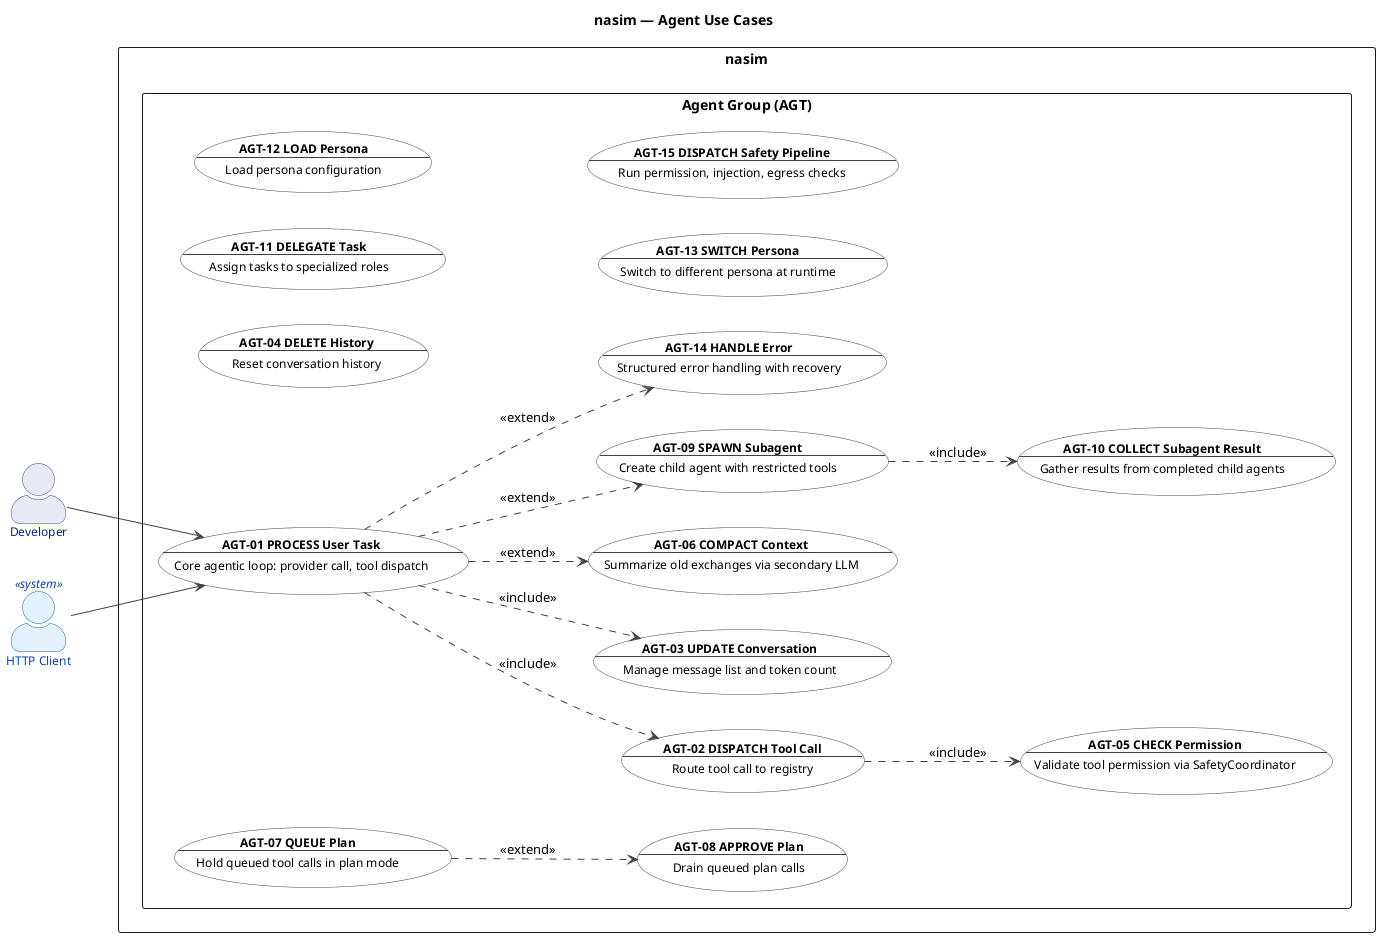
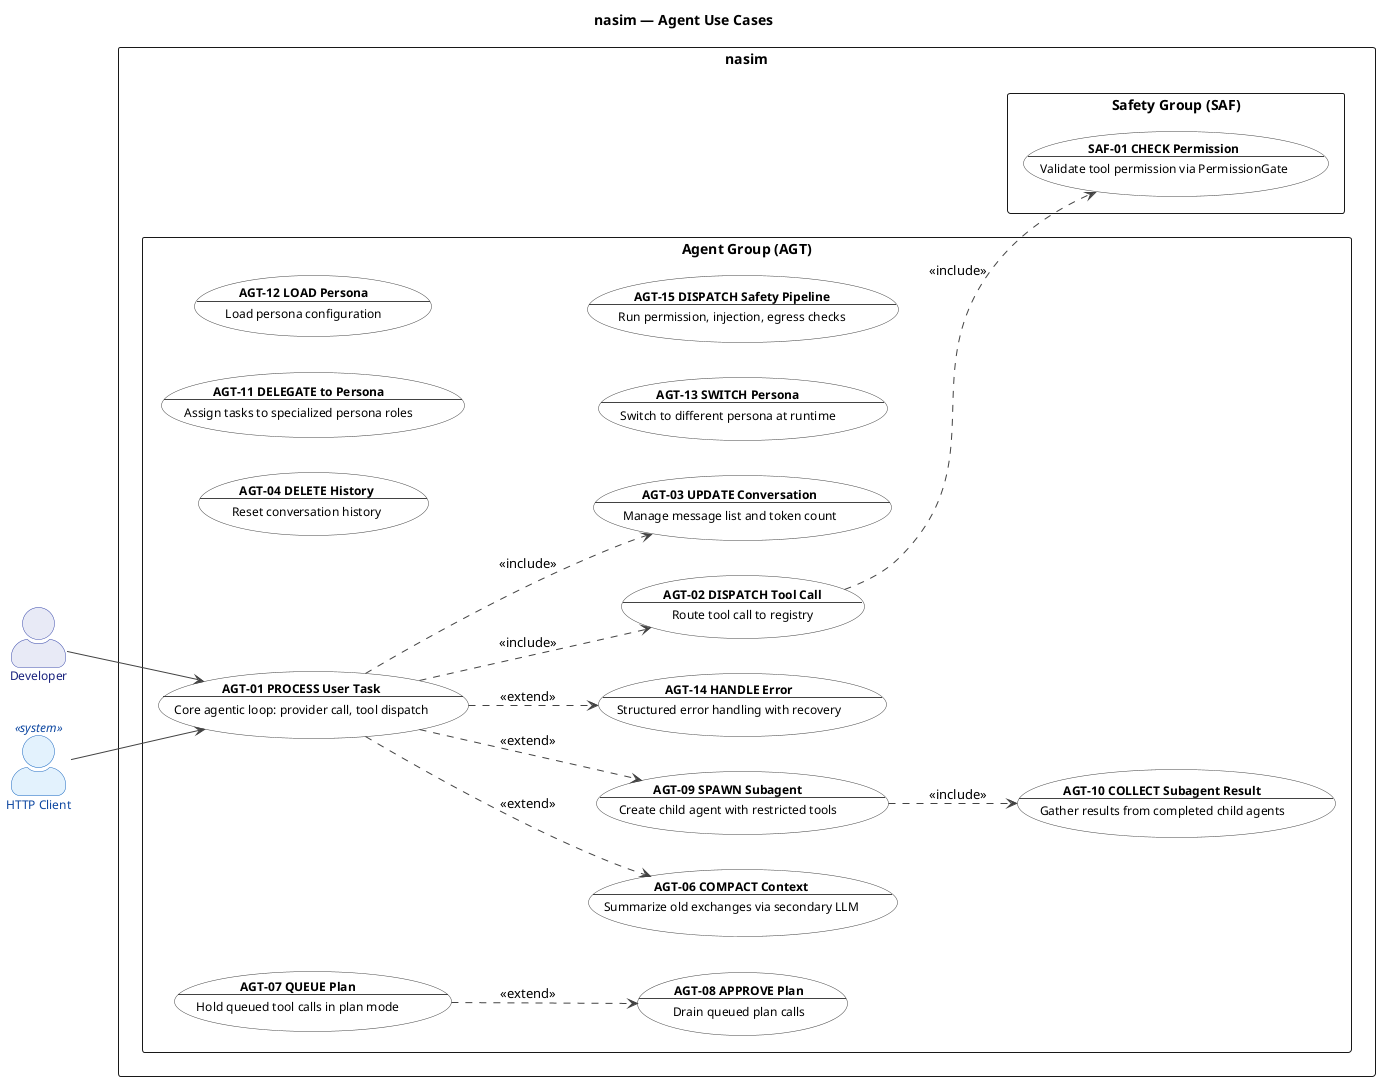
@startuml uc_agent

' ============================================================
' Title:     nasim — UC: Agent Group
' Group:     AGT (Agent Core)
' Boundary:  nasim code agent
' Purpose:   Core agentic loop, permissions, context, plans, subagents
' Milestone: v1.0
' Version:   6.0.0
' Source:    docs/ENTITIES.md
' Review:    docs/audit/audit.2026.06.20.uc-layer.car.md
' ============================================================

left to right direction

title nasim — Agent Use Cases

skinparam actorStyle awesome
skinparam packageStyle rectangle

skinparam usecase {
  BackgroundColor #FFFFFF
  BorderColor #424242
  FontColor #000000
  ArrowColor #424242
  FontSize 12
}

skinparam actor {
  BackgroundColor #E8EAF6
  BorderColor #3949AB
  FontColor #1A237E
  FontSize 12
}

skinparam actor<<system>> {
  BackgroundColor #E3F2FD
  BorderColor #1565C0
  FontColor #0D47A1
}

' ============================================================
' Actors
' ============================================================

actor "Developer" as Developer
actor "HTTP Client" as HTTPClient <<system>>

' ============================================================
' System Boundary
' ============================================================

rectangle "nasim" {
  package "Agent Group (AGT)" {
    usecase "**AGT-01 PROCESS User Task**\n--\nCore agentic loop: provider call, tool dispatch" as AGT01
    usecase "**AGT-02 DISPATCH Tool Call**\n--\nRoute tool call to registry" as AGT02
    usecase "**AGT-03 UPDATE Conversation**\n--\nManage message list and token count" as AGT03
    usecase "**AGT-04 DELETE History**\n--\nReset conversation history" as AGT04
-     usecase "**AGT-05 CHECK Permission**\n--\nValidate tool permission via SafetyCoordinator" as AGT05
    usecase "**AGT-06 COMPACT Context**\n--\nSummarize old exchanges via secondary LLM" as AGT06
    usecase "**AGT-07 QUEUE Plan**\n--\nHold queued tool calls in plan mode" as AGT07
    usecase "**AGT-08 APPROVE Plan**\n--\nDrain queued plan calls" as AGT08
    usecase "**AGT-09 SPAWN Subagent**\n--\nCreate child agent with restricted tools" as AGT09
    usecase "**AGT-10 COLLECT Subagent Result**\n--\nGather results from completed child agents" as AGT10
-     usecase "**AGT-11 DELEGATE Task**\n--\nAssign tasks to specialized roles" as AGT11
+     usecase "**AGT-11 DELEGATE to Persona**\n--\nAssign tasks to specialized persona roles" as AGT11
    usecase "**AGT-12 LOAD Persona**\n--\nLoad persona configuration" as AGT12
    usecase "**AGT-13 SWITCH Persona**\n--\nSwitch to different persona at runtime" as AGT13
    usecase "**AGT-14 HANDLE Error**\n--\nStructured error handling with recovery" as AGT14
    usecase "**AGT-15 DISPATCH Safety Pipeline**\n--\nRun permission, injection, egress checks" as AGT15
+   }
+ 
+   package "Safety Group (SAF)" {
+     usecase "**SAF-01 CHECK Permission**\n--\nValidate tool permission via PermissionGate" as SAF01
  }
}

' ============================================================
' Actor -> Use Case Associations
' ============================================================

Developer --> AGT01
HTTPClient --> AGT01

' ============================================================
' Relationships
' ============================================================

AGT01 ..> AGT02 : <<include>>
AGT01 ..> AGT03 : <<include>>
- AGT02 ..> AGT05 : <<include>>
+ AGT02 ..> SAF01 : <<include>>
AGT01 ..> AGT06 : <<extend>>
AGT07 ..> AGT08 : <<extend>>
AGT01 ..> AGT09 : <<extend>>
AGT09 ..> AGT10 : <<include>>
AGT01 ..> AGT14 : <<extend>>

@enduml
